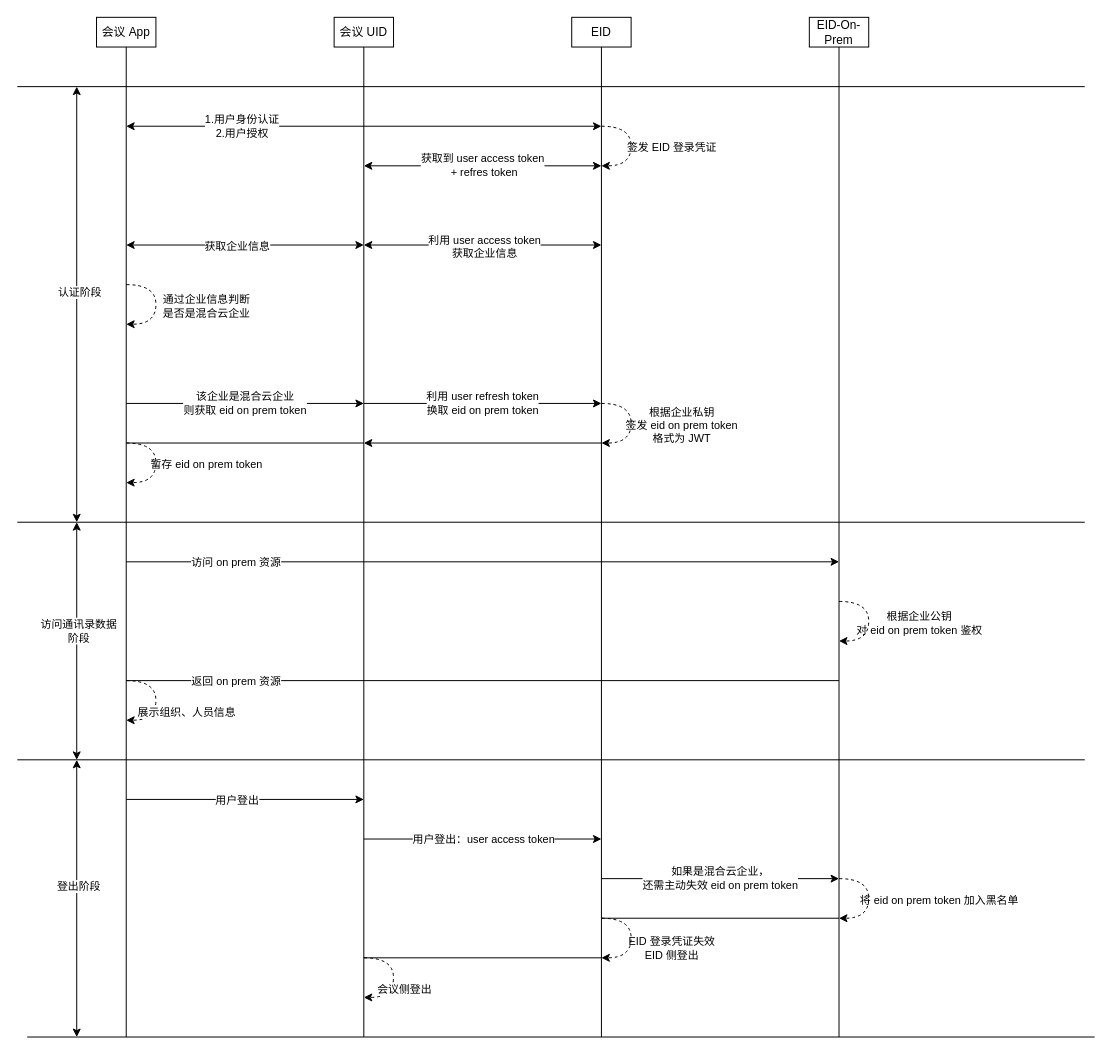
Earlier version of the draw.io diagram homework/src/main/resources/混合云认证数据流转.drawio (YufuMxl/geek_java_practise). Source tidied: cells renumbered, new cells numbered last; positions are measured from the earlier drawing's top-left corner, leaving out a move shared by most shapes. Both pictures are drawn from the tidied source at 99%, with x=0, y=0 at pixel (17, 17).
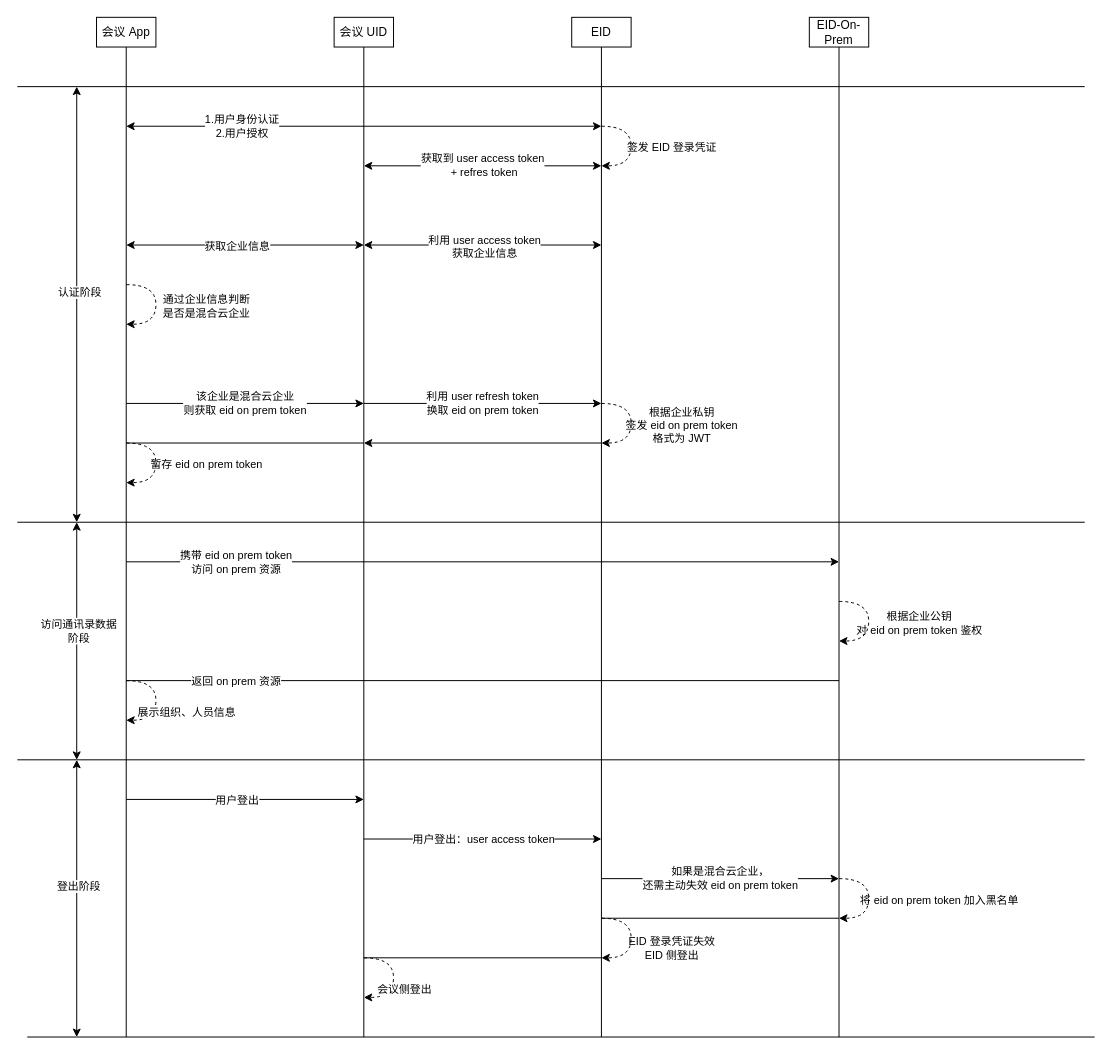
After the change.

Commit message:
更新混合云认证数据流转.drawio

The change refers to these unchanged cells:
```xml
<mxCell id="14" style="endArrow=classic;html=1;rounded=0;" parent="1" edge="1">
  <mxGeometry relative="1" as="geometry">
    <mxPoint x="110" y="550" as="sourcePoint" />
    <mxPoint x="830" y="550" as="targetPoint" />
  </mxGeometry>
</mxCell>
```

Diff of the diagram source:
```diff
@@
-    <mxCell id="15" value="&lt;div&gt;访问 on prem 资源&lt;/div&gt;" style="edgeLabel;html=1;align=center;verticalAlign=middle;" parent="14" vertex="1">
+    <mxCell id="15" value="&lt;div&gt;携带 eid on prem token&lt;br&gt;&lt;/div&gt;&lt;div&gt;访问 on prem 资源&lt;/div&gt;" style="edgeLabel;html=1;align=center;verticalAlign=middle;" parent="14" vertex="1">
       <mxGeometry x="-0.72" relative="1" as="geometry">
         <mxPoint x="9" as="offset" />
       </mxGeometry>
     </mxCell>
```
